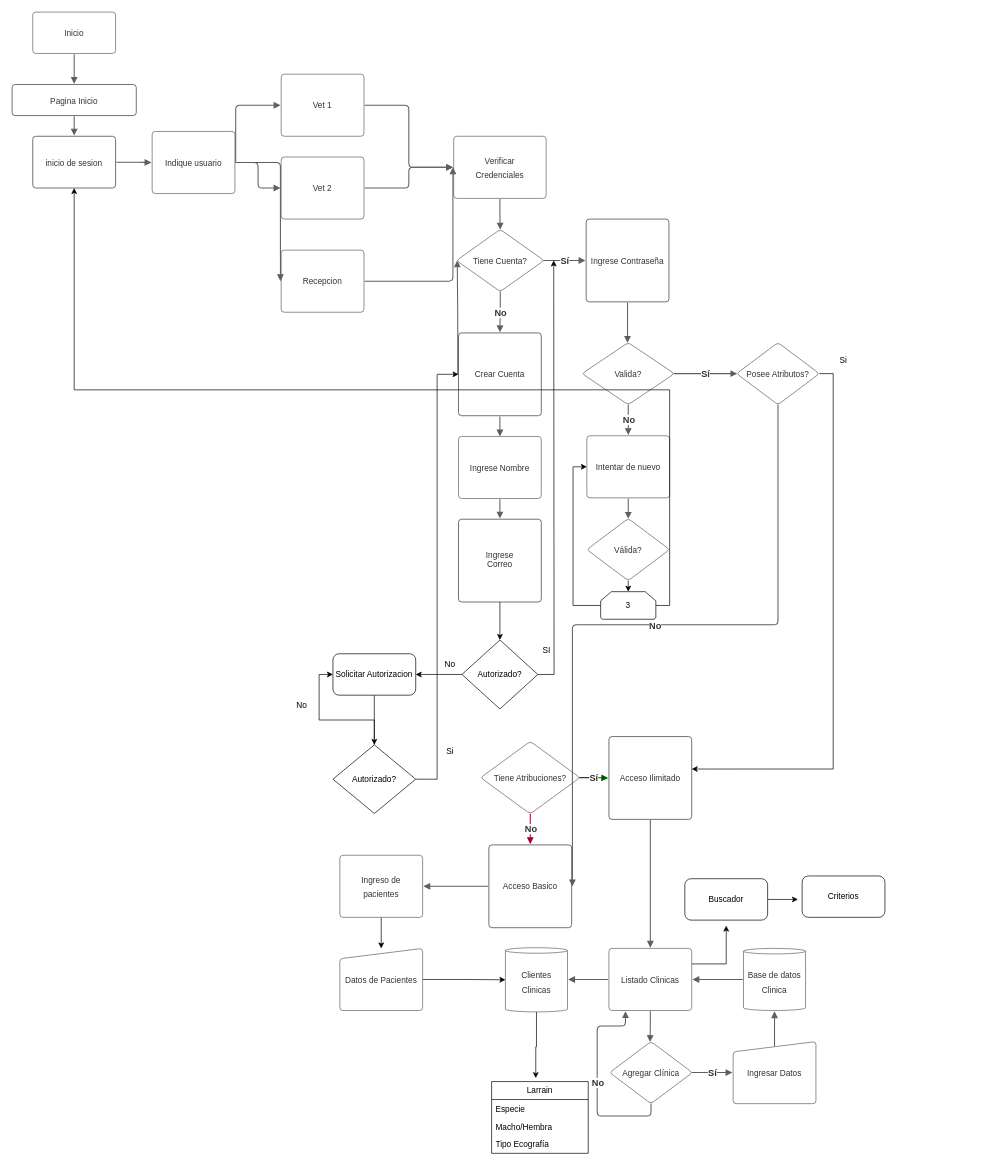
The draw.io diagram Diagrama sin título.drawio in MauroCCampos/Petsitter-Spa, before the edit. Source tidied: cells renumbered, new cells numbered last; positions are measured from the earlier drawing's top-left corner, leaving out a move shared by most shapes. Both pictures are drawn from the tidied source at 69%, with x=0, y=0 at pixel (12, 12).
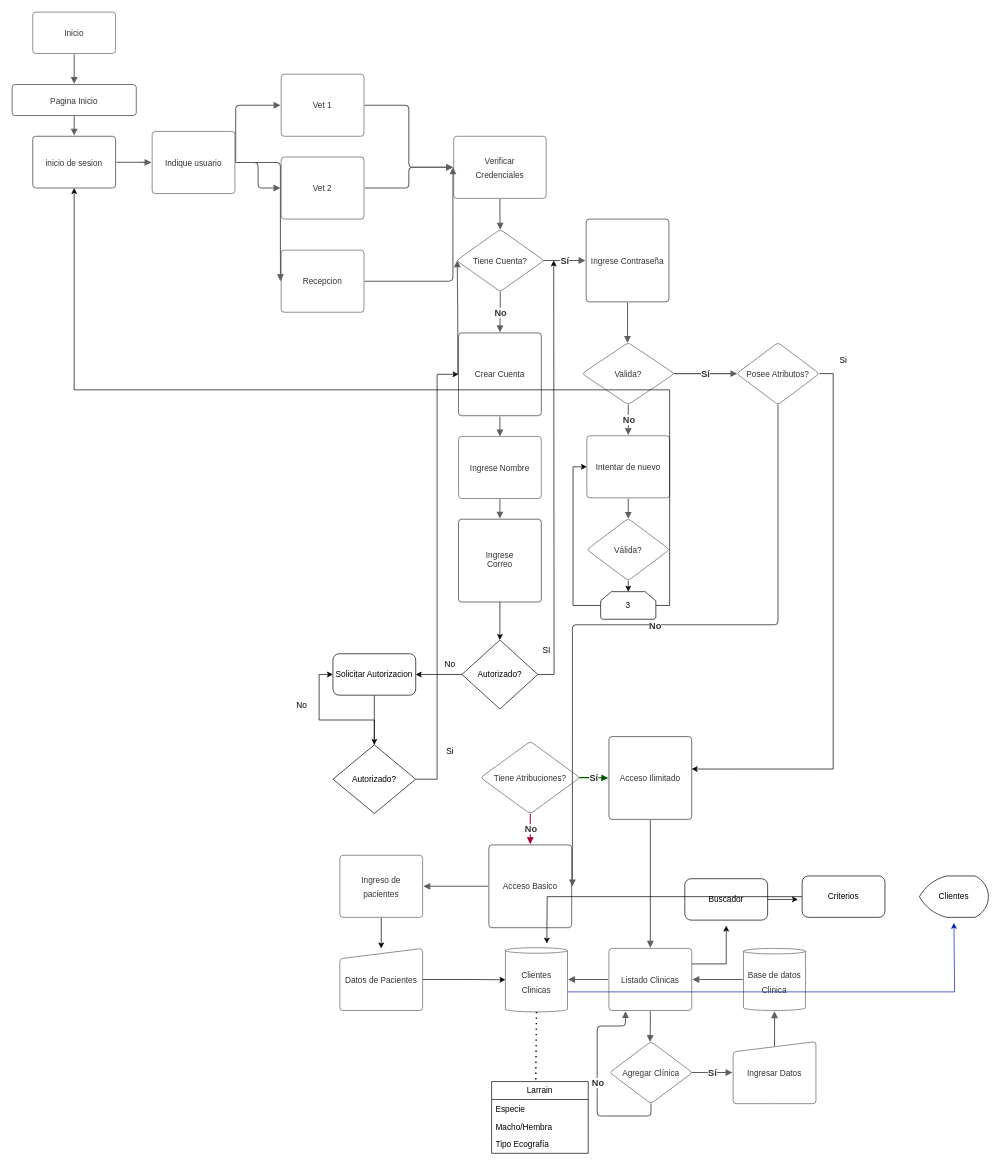
The same page after the edit.

Commit message (it also covers changes not shown here):
Proyecto Go Animal

The change refers to these unchanged cells:
```xml
<mxCell id="72" value="&lt;font style=&quot;font-size: 12px;&quot;&gt;Clientes Clinicas&lt;/font&gt;" style="html=1;overflow=block;blockSpacing=1;whiteSpace=wrap;shape=cylinder3;size=4;anchorPointDirection=0;boundedLbl=1;fontSize=16.7;fontColor=#333333;align=center;spacing=3.8;strokeColor=#5e5e5e;strokeOpacity=100;rounded=1;absoluteArcSize=1;arcSize=9;strokeWidth=1;lucidId=_Bh~envPogOS;" parent="1" vertex="1">
  <mxGeometry x="715" y="1356" width="90" height="93" as="geometry" />
</mxCell>
<mxCell id="91" value="Larrain" style="swimlane;fontStyle=0;horizontal=1;startSize=26;fillColor=none;whiteSpace=wrap;html=1;" parent="1" vertex="1">
  <mxGeometry x="695" y="1550" width="140" height="104" as="geometry" />
</mxCell>
<mxCell id="97" value="Criterios" style="rounded=1;whiteSpace=wrap;html=1;" parent="1" vertex="1">
  <mxGeometry x="1145" y="1252" width="120" height="60" as="geometry" />
</mxCell>
```

The edit, as a diff of the source:
```diff
@@
-    <mxCell id="71" style="edgeStyle=orthogonalEdgeStyle;rounded=0;jettySize=auto;html=1;entryX=0.457;entryY=-0.048;entryDx=0;entryDy=0;entryPerimeter=0;" parent="1" edge="1" source="72" target="91">
-      <mxGeometry relative="1" as="geometry" />
-    </mxCell>
+    <mxCell id="98" style="edgeStyle=orthogonalEdgeStyle;rounded=0;jettySize=auto;html=1;fillColor=#0050ef;strokeColor=#001DBC;" parent="1" edge="1" source="72">
+      <mxGeometry relative="1" as="geometry">
+        <mxPoint x="1365" y="1320" as="targetPoint" />
+        <Array as="points">
+          <mxPoint x="1366" y="1420" />
+        </Array>
+      </mxGeometry>
+    </mxCell>
@@
+    <mxCell id="99" style="edgeStyle=orthogonalEdgeStyle;rounded=0;jettySize=auto;html=1;" parent="1" edge="1" source="97">
+      <mxGeometry relative="1" as="geometry">
+        <mxPoint x="775" y="1350" as="targetPoint" />
+      </mxGeometry>
+    </mxCell>
@@
+    <mxCell id="100" style="endArrow=none;dashed=1;html=1;dashPattern=1 3;strokeWidth=2;rounded=0;exitX=0.457;exitY=-0.029;exitDx=0;exitDy=0;exitPerimeter=0;entryX=0.5;entryY=1;entryDx=0;entryDy=0;entryPerimeter=0;" parent="1" edge="1" source="91" target="72">
+      <mxGeometry relative="1" as="geometry" />
+    </mxCell>
+    <mxCell id="101" value="Clientes" style="strokeWidth=1;html=1;shape=mxgraph.flowchart.display;whiteSpace=wrap;" parent="1" vertex="1">
+      <mxGeometry x="1315" y="1252" width="100" height="60" as="geometry" />
+    </mxCell>
```
